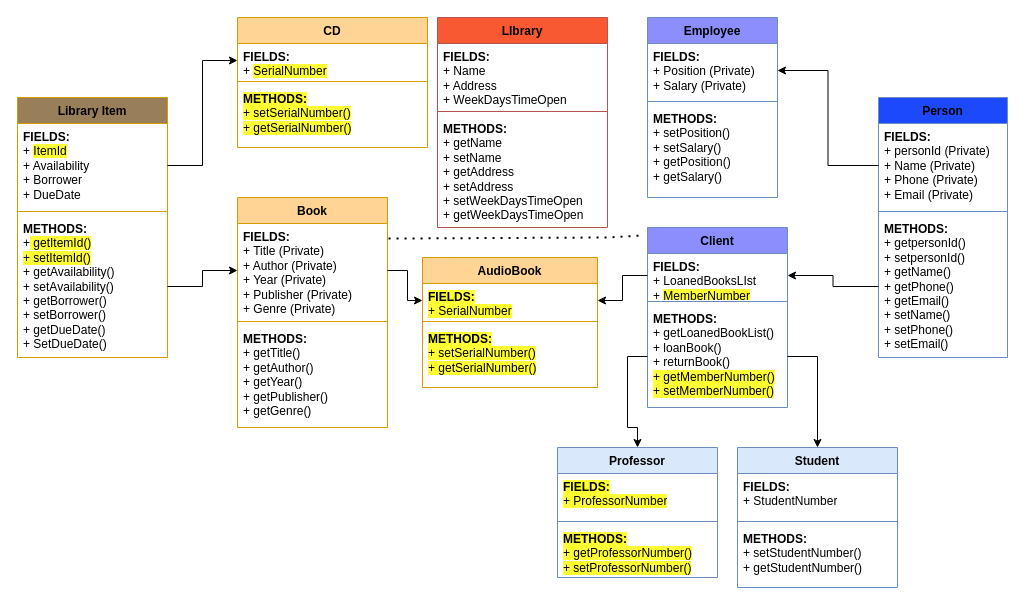
Earlier version of the draw.io diagram Untitled Diagram.drawio (AndresSolvd/Library). Source tidied: cells renumbered, new cells numbered last; positions are measured from the earlier drawing's top-left corner, leaving out a move shared by most shapes. Both pictures are drawn from the tidied source at 100%, with x=0, y=0 at pixel (17, 17).
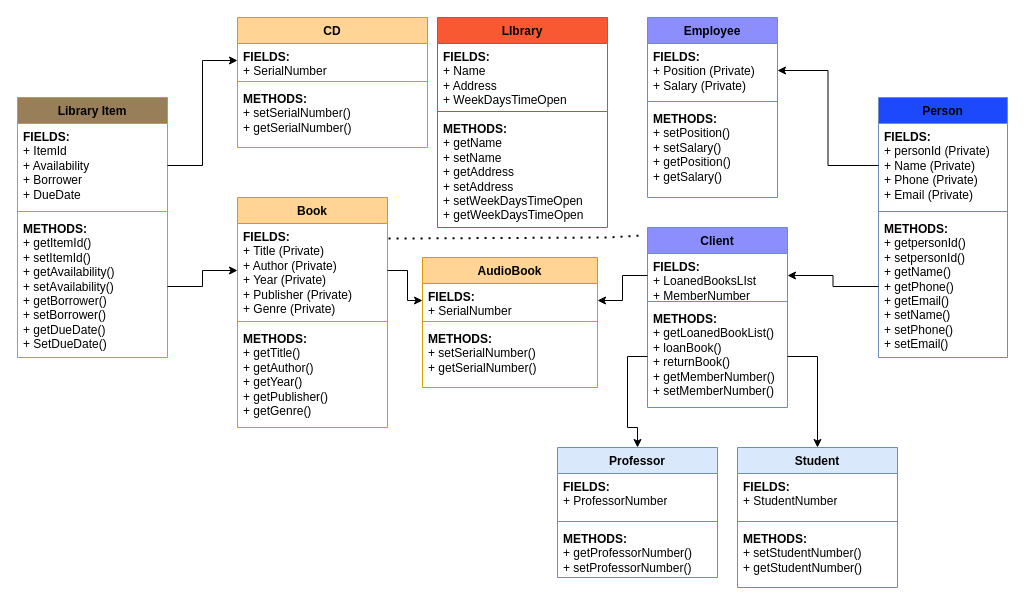
The same diagram, later.

Commit message:
Change structure and other required fixes

The change refers to these unchanged cells:
```xml
<mxCell id="10" value="Client" style="swimlane;fontStyle=1;align=center;verticalAlign=top;horizontal=1;startSize=26;whiteSpace=wrap;html=1;fillColor=#8B8EFC;strokeColor=#6c8ebf;" parent="1" vertex="1">
  <mxGeometry x="630" y="210" width="140" height="180" as="geometry" />
</mxCell>
<mxCell id="18" value="Professor" style="swimlane;fontStyle=1;align=center;verticalAlign=top;horizontal=1;startSize=26;whiteSpace=wrap;html=1;fillColor=#dae8fc;strokeColor=#6c8ebf;" parent="1" vertex="1">
  <mxGeometry x="540" y="430" width="160" height="130" as="geometry" />
</mxCell>
<mxCell id="32" value="Library Item" style="swimlane;fontStyle=1;align=center;verticalAlign=top;horizontal=1;startSize=26;whiteSpace=wrap;html=1;fillColor=#997F59;strokeColor=#d79b00;" parent="1" vertex="1">
  <mxGeometry y="80" width="150" height="260" as="geometry" />
</mxCell>
<mxCell id="36" value="CD" style="swimlane;fontStyle=1;align=center;verticalAlign=top;horizontal=1;startSize=26;whiteSpace=wrap;html=1;fillColor=#FFD494;strokeColor=#d79b00;" parent="1" vertex="1">
  <mxGeometry x="220" width="190" height="130" as="geometry" />
</mxCell>
<mxCell id="44" value="AudioBook" style="swimlane;fontStyle=1;align=center;verticalAlign=top;horizontal=1;startSize=26;whiteSpace=wrap;html=1;fillColor=#FFD494;strokeColor=#d79b00;" parent="1" vertex="1">
  <mxGeometry x="405" y="240" width="175" height="130" as="geometry" />
</mxCell>
```

What changed in the source:
```diff
@@
-    <mxCell id="11" value="&lt;b&gt;FIELDS:&lt;br&gt;&lt;/b&gt;+ LoanedBooksLIst&lt;br&gt;+ &lt;span style=&quot;background-color: rgb(255, 255, 51);&quot;&gt;MemberNumber&lt;/span&gt;" style="text;strokeColor=none;fillColor=none;align=left;verticalAlign=top;spacingLeft=4;spacingRight=4;overflow=hidden;points=[[0,0.5],[1,0.5]];portConstraint=eastwest;whiteSpace=wrap;html=1;" parent="10" vertex="1">
+    <mxCell id="11" value="&lt;b&gt;FIELDS:&lt;br&gt;&lt;/b&gt;+ LoanedBooksLIst&lt;br&gt;+ MemberNumber" style="text;strokeColor=none;fillColor=none;align=left;verticalAlign=top;spacingLeft=4;spacingRight=4;overflow=hidden;points=[[0,0.5],[1,0.5]];portConstraint=eastwest;whiteSpace=wrap;html=1;" parent="10" vertex="1">
       <mxGeometry y="26" width="140" height="44" as="geometry" />
     </mxCell>
@@
-    <mxCell id="13" value="&lt;b&gt;METHODS:&lt;/b&gt;&lt;br&gt;+&amp;nbsp;getLoanedBookList()&lt;br&gt;+ loanBook()&lt;br&gt;+ returnBook()&lt;br&gt;&lt;span style=&quot;background-color: rgb(255, 255, 51);&quot;&gt;+ getMemberNumber()&lt;br style=&quot;border-color: var(--border-color);&quot;&gt;+ setMemberNumber()&lt;/span&gt;" style="text;strokeColor=none;fillColor=none;align=left;verticalAlign=top;spacingLeft=4;spacingRight=4;overflow=hidden;points=[[0,0.5],[1,0.5]];portConstraint=eastwest;whiteSpace=wrap;html=1;" parent="10" vertex="1">
+    <mxCell id="13" value="&lt;b&gt;METHODS:&lt;/b&gt;&lt;br&gt;+&amp;nbsp;getLoanedBookList()&lt;br&gt;+ loanBook()&lt;br&gt;+ returnBook()&lt;br&gt;+ getMemberNumber()&lt;br style=&quot;border-color: var(--border-color);&quot;&gt;+ setMemberNumber()" style="text;strokeColor=none;fillColor=none;align=left;verticalAlign=top;spacingLeft=4;spacingRight=4;overflow=hidden;points=[[0,0.5],[1,0.5]];portConstraint=eastwest;whiteSpace=wrap;html=1;" parent="10" vertex="1">
       <mxGeometry y="78" width="140" height="102" as="geometry" />
     </mxCell>
@@
-    <mxCell id="19" value="&lt;span style=&quot;background-color: rgb(255, 255, 51);&quot;&gt;&lt;b&gt;FIELDS:&lt;br&gt;&lt;/b&gt;+ ProfessorNumber&lt;/span&gt;" style="text;strokeColor=none;fillColor=none;align=left;verticalAlign=top;spacingLeft=4;spacingRight=4;overflow=hidden;whiteSpace=wrap;html=1;" parent="18" vertex="1">
+    <mxCell id="19" value="&lt;b style=&quot;&quot;&gt;FIELDS:&lt;br&gt;&lt;/b&gt;+ ProfessorNumber" style="text;strokeColor=none;fillColor=none;align=left;verticalAlign=top;spacingLeft=4;spacingRight=4;overflow=hidden;whiteSpace=wrap;html=1;" parent="18" vertex="1">
       <mxGeometry y="26" width="160" height="44" as="geometry" />
     </mxCell>
@@
-    <mxCell id="21" value="&lt;span style=&quot;background-color: rgb(255, 255, 51);&quot;&gt;&lt;b&gt;METHODS:&lt;/b&gt;&lt;br&gt;+ getProfessorNumber()&lt;br&gt;+ setProfessorNumber()&lt;/span&gt;" style="text;strokeColor=none;fillColor=none;align=left;verticalAlign=top;spacingLeft=4;spacingRight=4;overflow=hidden;whiteSpace=wrap;html=1;" parent="18" vertex="1">
+    <mxCell id="21" value="&lt;b style=&quot;&quot;&gt;METHODS:&lt;/b&gt;&lt;br&gt;+ getProfessorNumber()&lt;br&gt;+ setProfessorNumber()" style="text;strokeColor=none;fillColor=none;align=left;verticalAlign=top;spacingLeft=4;spacingRight=4;overflow=hidden;whiteSpace=wrap;html=1;" parent="18" vertex="1">
       <mxGeometry y="78" width="160" height="52" as="geometry" />
     </mxCell>
@@
-    <mxCell id="33" value="&lt;b&gt;FIELDS:&lt;br&gt;&lt;/b&gt;+ &lt;span style=&quot;background-color: rgb(255, 255, 51);&quot;&gt;ItemId&lt;/span&gt;&lt;br&gt;+ Availability&lt;br&gt;+ Borrower&lt;br&gt;+ DueDate" style="text;strokeColor=none;fillColor=none;align=left;verticalAlign=top;spacingLeft=4;spacingRight=4;overflow=hidden;points=[[0,0.5],[1,0.5]];portConstraint=eastwest;whiteSpace=wrap;html=1;" parent="32" vertex="1">
+    <mxCell id="33" value="&lt;b&gt;FIELDS:&lt;br&gt;&lt;/b&gt;+ ItemId&lt;br&gt;+ Availability&lt;br&gt;+ Borrower&lt;br&gt;+ DueDate" style="text;strokeColor=none;fillColor=none;align=left;verticalAlign=top;spacingLeft=4;spacingRight=4;overflow=hidden;points=[[0,0.5],[1,0.5]];portConstraint=eastwest;whiteSpace=wrap;html=1;" parent="32" vertex="1">
       <mxGeometry y="26" width="150" height="84" as="geometry" />
     </mxCell>
@@
-    <mxCell id="35" value="&lt;b&gt;METHODS:&lt;/b&gt;&lt;br&gt;+&lt;span style=&quot;background-color: rgb(255, 255, 51);&quot;&gt;&amp;nbsp;getItemId()&lt;br&gt;+&amp;nbsp;setItemId()&lt;/span&gt;&lt;br&gt;+ getAvailability()&lt;br&gt;+ setAvailability()&lt;br&gt;+ getBorrower()&lt;br&gt;+ setBorrower()&lt;br&gt;+ getDueDate()&lt;br&gt;+ SetDueDate()" style="text;strokeColor=none;fillColor=none;align=left;verticalAlign=top;spacingLeft=4;spacingRight=4;overflow=hidden;points=[[0,0.5],[1,0.5]];portConstraint=eastwest;whiteSpace=wrap;html=1;" parent="32" vertex="1">
+    <mxCell id="35" value="&lt;b&gt;METHODS:&lt;/b&gt;&lt;br&gt;+&amp;nbsp;getItemId()&lt;br&gt;+&amp;nbsp;setItemId()&lt;br&gt;+ getAvailability()&lt;br&gt;+ setAvailability()&lt;br&gt;+ getBorrower()&lt;br&gt;+ setBorrower()&lt;br&gt;+ getDueDate()&lt;br&gt;+ SetDueDate()" style="text;strokeColor=none;fillColor=none;align=left;verticalAlign=top;spacingLeft=4;spacingRight=4;overflow=hidden;points=[[0,0.5],[1,0.5]];portConstraint=eastwest;whiteSpace=wrap;html=1;" parent="32" vertex="1">
       <mxGeometry y="118" width="150" height="142" as="geometry" />
     </mxCell>
@@
-    <mxCell id="37" value="&lt;b&gt;FIELDS:&lt;br&gt;&lt;/b&gt;+ &lt;span style=&quot;background-color: rgb(255, 255, 51);&quot;&gt;SerialNumber&lt;/span&gt;" style="text;strokeColor=none;fillColor=none;align=left;verticalAlign=top;spacingLeft=4;spacingRight=4;overflow=hidden;points=[[0,0.5],[1,0.5]];portConstraint=eastwest;whiteSpace=wrap;html=1;" parent="36" vertex="1">
+    <mxCell id="37" value="&lt;b&gt;FIELDS:&lt;br&gt;&lt;/b&gt;+ SerialNumber" style="text;strokeColor=none;fillColor=none;align=left;verticalAlign=top;spacingLeft=4;spacingRight=4;overflow=hidden;points=[[0,0.5],[1,0.5]];portConstraint=eastwest;whiteSpace=wrap;html=1;" parent="36" vertex="1">
       <mxGeometry y="26" width="190" height="34" as="geometry" />
     </mxCell>
@@
-    <mxCell id="39" value="&lt;span style=&quot;background-color: rgb(255, 255, 51);&quot;&gt;&lt;b&gt;METHODS:&lt;/b&gt;&lt;br&gt;+ setSerialNumber()&lt;br&gt;+ getSerialNumber()&lt;/span&gt;" style="text;strokeColor=none;fillColor=none;align=left;verticalAlign=top;spacingLeft=4;spacingRight=4;overflow=hidden;whiteSpace=wrap;html=1;" parent="36" vertex="1">
+    <mxCell id="39" value="&lt;b style=&quot;&quot;&gt;METHODS:&lt;/b&gt;&lt;br&gt;+ setSerialNumber()&lt;br&gt;+ getSerialNumber()" style="text;strokeColor=none;fillColor=none;align=left;verticalAlign=top;spacingLeft=4;spacingRight=4;overflow=hidden;whiteSpace=wrap;html=1;" parent="36" vertex="1">
       <mxGeometry y="68" width="190" height="62" as="geometry" />
     </mxCell>
@@
-    <mxCell id="45" value="&lt;span style=&quot;background-color: rgb(255, 255, 51);&quot;&gt;&lt;b&gt;FIELDS:&lt;br&gt;&lt;/b&gt;+&amp;nbsp;SerialNumber&lt;/span&gt;" style="text;strokeColor=none;fillColor=none;align=left;verticalAlign=top;spacingLeft=4;spacingRight=4;overflow=hidden;points=[[0,0.5],[1,0.5]];portConstraint=eastwest;whiteSpace=wrap;html=1;" parent="44" vertex="1">
+    <mxCell id="45" value="&lt;b style=&quot;&quot;&gt;FIELDS:&lt;br&gt;&lt;/b&gt;+&amp;nbsp;SerialNumber" style="text;strokeColor=none;fillColor=none;align=left;verticalAlign=top;spacingLeft=4;spacingRight=4;overflow=hidden;points=[[0,0.5],[1,0.5]];portConstraint=eastwest;whiteSpace=wrap;html=1;" parent="44" vertex="1">
       <mxGeometry y="26" width="175" height="34" as="geometry" />
     </mxCell>
@@
-    <mxCell id="47" value="&lt;span style=&quot;background-color: rgb(255, 255, 51);&quot;&gt;&lt;b&gt;METHODS:&lt;/b&gt;&lt;br&gt;+ setSerialNumber()&lt;br&gt;+ getSerialNumber()&lt;/span&gt;" style="text;strokeColor=none;fillColor=none;align=left;verticalAlign=top;spacingLeft=4;spacingRight=4;overflow=hidden;whiteSpace=wrap;html=1;" parent="44" vertex="1">
+    <mxCell id="47" value="&lt;b style=&quot;&quot;&gt;METHODS:&lt;/b&gt;&lt;br&gt;+ setSerialNumber()&lt;br&gt;+ getSerialNumber()" style="text;strokeColor=none;fillColor=none;align=left;verticalAlign=top;spacingLeft=4;spacingRight=4;overflow=hidden;whiteSpace=wrap;html=1;" parent="44" vertex="1">
       <mxGeometry y="68" width="175" height="62" as="geometry" />
     </mxCell>
```
